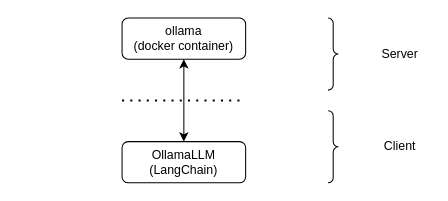
Above: figures/framework.drawio in GoComputing/LLM-Bias-Research (draw.io), before the change. Source tidied: cells renumbered, new cells numbered last; positions are measured from the earlier drawing's top-left corner, leaving out a move shared by most shapes. Both pictures are drawn from the tidied source at 103%, with x=0, y=0 at pixel (122, 18).
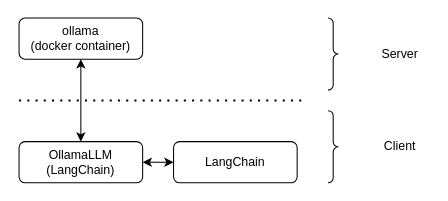
After the change.

The edit, as a diff of the source:
```diff
@@
 <mxGraphModel>
   <root>
     <mxCell id="0" />
     <mxCell id="1" parent="0" />
     <mxCell id="2" value="ollama &lt;br&gt;(docker container)" style="rounded=1;whiteSpace=wrap;html=1;" parent="1" vertex="1">
-      <mxGeometry width="120" height="40" as="geometry" />
+      <mxGeometry x="-100" width="120" height="40" as="geometry" />
     </mxCell>
     <mxCell id="3" value="OllamaLLM&lt;br&gt;(LangChain)" style="rounded=1;whiteSpace=wrap;html=1;" parent="1" vertex="1">
-      <mxGeometry y="120" width="120" height="40" as="geometry" />
+      <mxGeometry x="-100" y="120" width="120" height="40" as="geometry" />
     </mxCell>
     <mxCell id="4" style="endArrow=classic;startArrow=classic;html=1;rounded=0;exitX=0.5;exitY=0;exitDx=0;exitDy=0;entryX=0.5;entryY=1;entryDx=0;entryDy=0;" parent="1" edge="1" source="3" target="2">
       <mxGeometry relative="1" as="geometry" />
     </mxCell>
     <mxCell id="5" style="endArrow=none;dashed=1;html=1;dashPattern=1 3;strokeWidth=2;rounded=0;" parent="1" edge="1">
       <mxGeometry relative="1" as="geometry">
-        <mxPoint y="80" as="sourcePoint" />
-        <mxPoint x="120" y="80" as="targetPoint" />
+        <mxPoint x="-100" y="80" as="sourcePoint" />
+        <mxPoint x="180" y="80" as="targetPoint" />
       </mxGeometry>
     </mxCell>
     <mxCell id="6" style="labelPosition=right;align=left;strokeWidth=1;shape=mxgraph.mockup.markup.curlyBrace;html=1;shadow=0;dashed=0;strokeColor=#000000;direction=north;rotation=-180;fillColor=#000000;" parent="1" vertex="1">
       <mxGeometry x="200" width="10" height="70" as="geometry" />
     </mxCell>
     <mxCell id="7" style="labelPosition=right;align=left;strokeWidth=1;shape=mxgraph.mockup.markup.curlyBrace;html=1;shadow=0;dashed=0;strokeColor=#000000;direction=north;rotation=-180;fillColor=#000000;" parent="1" vertex="1">
       <mxGeometry x="200" y="90" width="10" height="70" as="geometry" />
     </mxCell>
     <mxCell id="8" value="Server" style="text;html=1;align=center;verticalAlign=middle;whiteSpace=wrap;rounded=0;" parent="1" vertex="1">
       <mxGeometry x="240" y="20" width="60" height="30" as="geometry" />
     </mxCell>
     <mxCell id="9" value="Client" style="text;html=1;align=center;verticalAlign=middle;whiteSpace=wrap;rounded=0;" parent="1" vertex="1">
       <mxGeometry x="240" y="110" width="60" height="30" as="geometry" />
     </mxCell>
+    <mxCell id="10" value="LangChain" style="rounded=1;whiteSpace=wrap;html=1;" parent="1" vertex="1">
+      <mxGeometry x="50" y="120" width="120" height="40" as="geometry" />
+    </mxCell>
+    <mxCell id="11" style="endArrow=classic;startArrow=classic;html=1;rounded=0;exitX=1;exitY=0.5;exitDx=0;exitDy=0;entryX=0;entryY=0.5;entryDx=0;entryDy=0;" parent="1" edge="1" source="3" target="10">
+      <mxGeometry relative="1" as="geometry" />
+    </mxCell>
   </root>
 </mxGraphModel>
```
